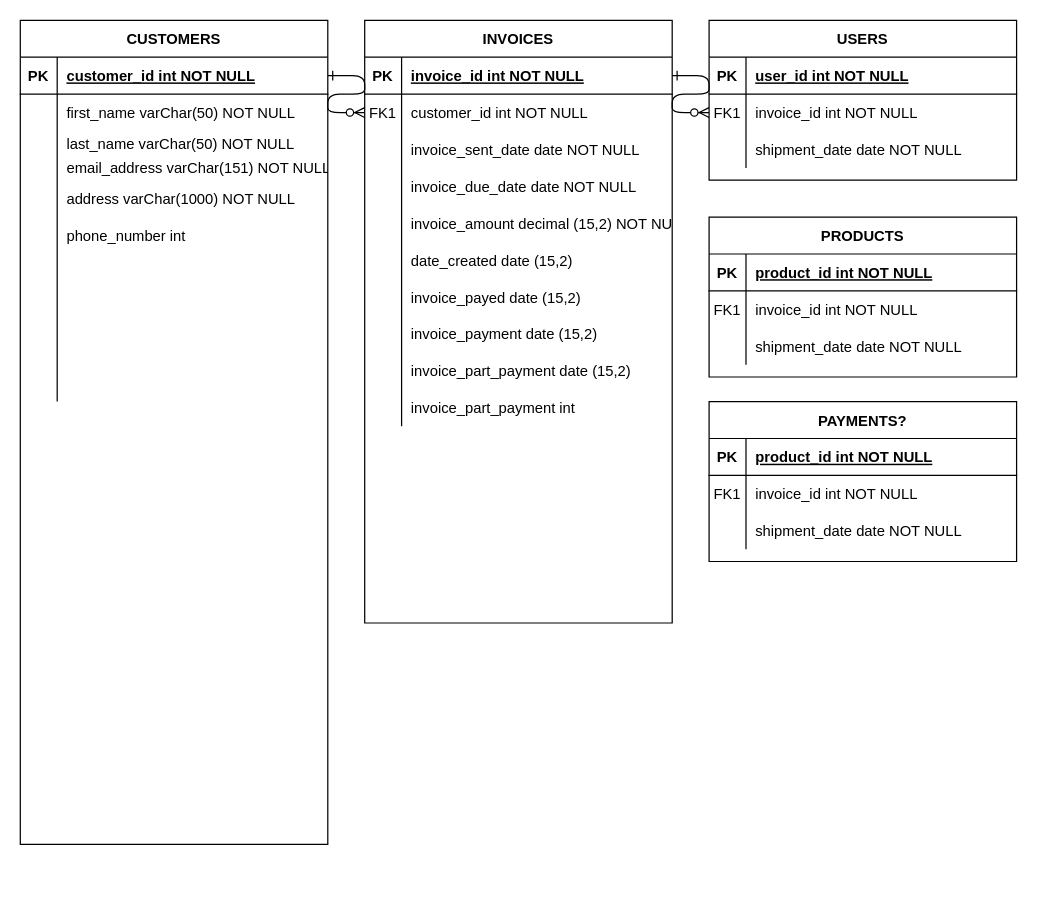
The draw.io diagram Untitled Diagram.drawio in alexei-garrow/hey-about-that, before the edit. Source tidied: cells renumbered, new cells numbered last; positions are measured from the earlier drawing's top-left corner, leaving out a move shared by most shapes. Both pictures are drawn from the tidied source at 123%, with x=0, y=0 at pixel (20, 20).
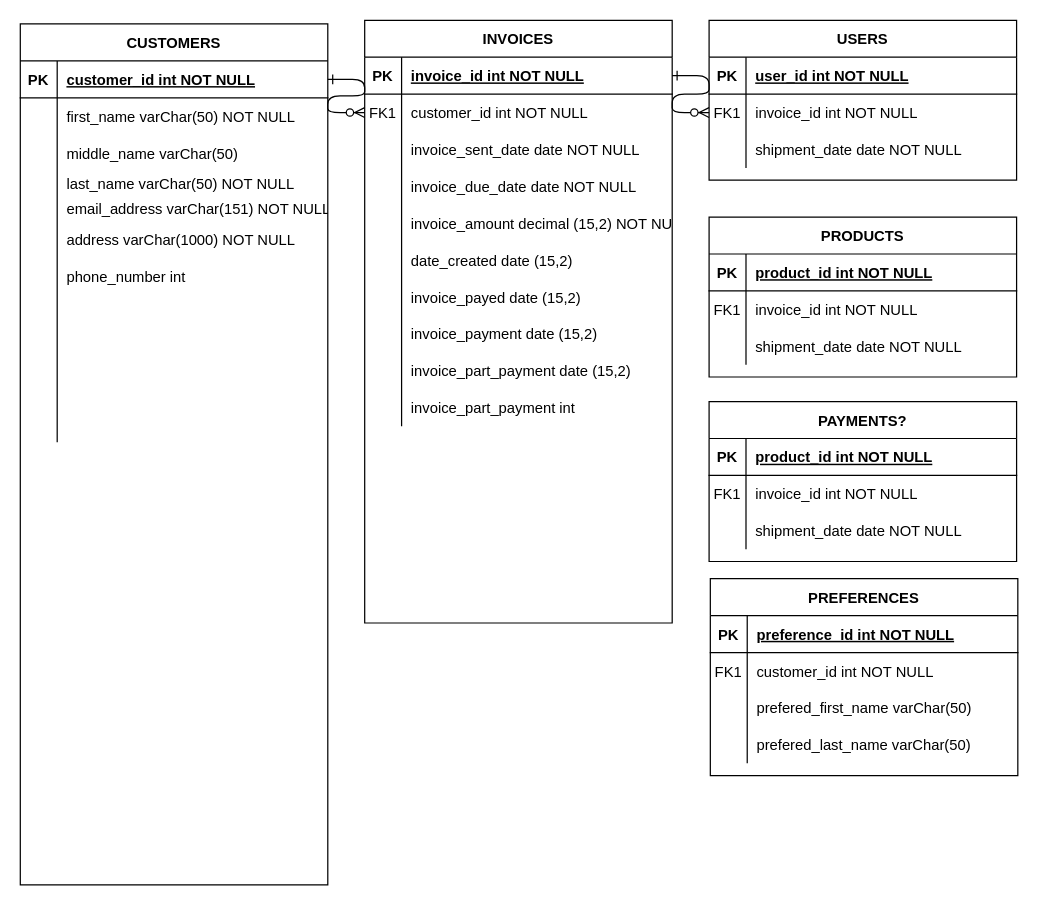
After the change.

Commit message:
added basic preferences table

The edit, as a diff of the source:
```diff
@@
     <mxCell id="45" value="CUSTOMERS" style="shape=table;startSize=30;childLayout=tableLayout;rowLines=0;fontStyle=1;align=center;" parent="1" vertex="1">
-      <mxGeometry width="250" height="670" as="geometry" />
+      <mxGeometry y="3" width="250" height="700" as="geometry" />
     </mxCell>
@@
+    <mxCell id="96" style="shape=partialRectangle;fillColor=none;top=0;left=0;right=0;bottom=0;" parent="45" vertex="1">
+      <mxGeometry y="90" width="250" height="30" as="geometry" />
+    </mxCell>
+    <mxCell id="97" style="shape=partialRectangle;overflow=hidden;fillColor=none;top=0;left=0;bottom=0;right=0;" parent="96" vertex="1">
+      <mxGeometry width="30" height="30" as="geometry" />
+    </mxCell>
+    <mxCell id="98" value="middle_name varChar(50)" style="shape=partialRectangle;overflow=hidden;fillColor=none;top=0;left=0;bottom=0;right=0;align=left;spacingLeft=6;" parent="96" vertex="1">
+      <mxGeometry x="30" width="220" height="30" as="geometry" />
+    </mxCell>
     <mxCell id="52" style="shape=partialRectangle;fillColor=none;top=0;left=0;right=0;bottom=0;" parent="45" vertex="1">
-      <mxGeometry y="90" width="250" height="20" as="geometry" />
+      <mxGeometry y="120" width="250" height="20" as="geometry" />
     </mxCell>
@@
     <mxCell id="55" style="shape=partialRectangle;fillColor=none;top=0;left=0;right=0;bottom=0;" parent="45" vertex="1">
-      <mxGeometry y="110" width="250" height="20" as="geometry" />
+      <mxGeometry y="140" width="250" height="20" as="geometry" />
     </mxCell>
@@
     <mxCell id="58" style="shape=partialRectangle;fillColor=none;top=0;left=0;right=0;bottom=0;" parent="45" vertex="1">
-      <mxGeometry y="130" width="250" height="30" as="geometry" />
+      <mxGeometry y="160" width="250" height="30" as="geometry" />
     </mxCell>
@@
     <mxCell id="61" style="shape=partialRectangle;fillColor=none;top=0;left=0;right=0;bottom=0;" parent="45" vertex="1">
-      <mxGeometry y="160" width="250" height="30" as="geometry" />
+      <mxGeometry y="190" width="250" height="30" as="geometry" />
     </mxCell>
@@
     <mxCell id="64" style="shape=partialRectangle;fillColor=none;top=0;left=0;right=0;bottom=0;" parent="45" vertex="1">
-      <mxGeometry y="190" width="250" height="30" as="geometry" />
+      <mxGeometry y="220" width="250" height="30" as="geometry" />
     </mxCell>
@@
     <mxCell id="67" style="shape=partialRectangle;fillColor=none;top=0;left=0;right=0;bottom=0;" parent="45" vertex="1">
-      <mxGeometry y="220" width="250" height="30" as="geometry" />
+      <mxGeometry y="250" width="250" height="30" as="geometry" />
     </mxCell>
@@
     <mxCell id="70" style="shape=partialRectangle;fillColor=none;top=0;left=0;right=0;bottom=0;" parent="45" vertex="1">
-      <mxGeometry y="250" width="250" height="30" as="geometry" />
+      <mxGeometry y="280" width="250" height="30" as="geometry" />
     </mxCell>
@@
     <mxCell id="73" style="shape=partialRectangle;fillColor=none;top=0;left=0;right=0;bottom=0;" parent="45" vertex="1">
-      <mxGeometry y="280" width="250" height="30" as="geometry" />
+      <mxGeometry y="310" width="250" height="30" as="geometry" />
     </mxCell>
@@
+    <mxCell id="99" value="PREFERENCES" style="shape=table;startSize=30;childLayout=tableLayout;rowLines=0;fontStyle=1;align=center;" parent="1" vertex="1">
+      <mxGeometry x="561" y="454" width="250" height="160" as="geometry" />
+    </mxCell>
+    <mxCell id="100" style="shape=partialRectangle;fillColor=none;top=0;left=0;right=0;bottom=1;" parent="99" vertex="1">
+      <mxGeometry y="30" width="250" height="30" as="geometry" />
+    </mxCell>
+    <mxCell id="101" value="PK" style="shape=partialRectangle;overflow=hidden;fillColor=none;top=0;left=0;bottom=0;right=0;fontStyle=1;" parent="100" vertex="1">
+      <mxGeometry width="30" height="30" as="geometry" />
+    </mxCell>
+    <mxCell id="102" value="preference_id int NOT NULL " style="shape=partialRectangle;overflow=hidden;fillColor=none;top=0;left=0;bottom=0;right=0;align=left;spacingLeft=6;fontStyle=5;" parent="100" vertex="1">
+      <mxGeometry x="30" width="220" height="30" as="geometry" />
+    </mxCell>
+    <mxCell id="103" style="shape=partialRectangle;fillColor=none;top=0;left=0;right=0;bottom=0;" parent="99" vertex="1">
+      <mxGeometry y="60" width="250" height="30" as="geometry" />
+    </mxCell>
+    <mxCell id="104" value="FK1" style="shape=partialRectangle;overflow=hidden;fillColor=none;top=0;left=0;bottom=0;right=0;" parent="103" vertex="1">
+      <mxGeometry width="30" height="30" as="geometry" />
+    </mxCell>
+    <mxCell id="105" value="customer_id int NOT NULL" style="shape=partialRectangle;overflow=hidden;fillColor=none;top=0;left=0;bottom=0;right=0;align=left;spacingLeft=6;" parent="103" vertex="1">
+      <mxGeometry x="30" width="220" height="30" as="geometry" />
+    </mxCell>
+    <mxCell id="106" style="shape=partialRectangle;fillColor=none;top=0;left=0;right=0;bottom=0;" parent="99" vertex="1">
+      <mxGeometry y="90" width="250" height="30" as="geometry" />
+    </mxCell>
+    <mxCell id="107" style="shape=partialRectangle;overflow=hidden;fillColor=none;top=0;left=0;bottom=0;right=0;" parent="106" vertex="1">
+      <mxGeometry width="30" height="30" as="geometry" />
+    </mxCell>
+    <mxCell id="108" value="prefered_first_name varChar(50)" style="shape=partialRectangle;overflow=hidden;fillColor=none;top=0;left=0;bottom=0;right=0;align=left;spacingLeft=6;" parent="106" vertex="1">
+      <mxGeometry x="30" width="220" height="30" as="geometry" />
+    </mxCell>
+    <mxCell id="109" style="shape=partialRectangle;fillColor=none;top=0;left=0;right=0;bottom=0;" parent="99" vertex="1">
+      <mxGeometry y="120" width="250" height="30" as="geometry" />
+    </mxCell>
+    <mxCell id="110" style="shape=partialRectangle;overflow=hidden;fillColor=none;top=0;left=0;bottom=0;right=0;" parent="109" vertex="1">
+      <mxGeometry width="30" height="30" as="geometry" />
+    </mxCell>
+    <mxCell id="111" value="prefered_last_name varChar(50)" style="shape=partialRectangle;overflow=hidden;fillColor=none;top=0;left=0;bottom=0;right=0;align=left;spacingLeft=6;" parent="109" vertex="1">
+      <mxGeometry x="30" width="220" height="30" as="geometry" />
+    </mxCell>
```
